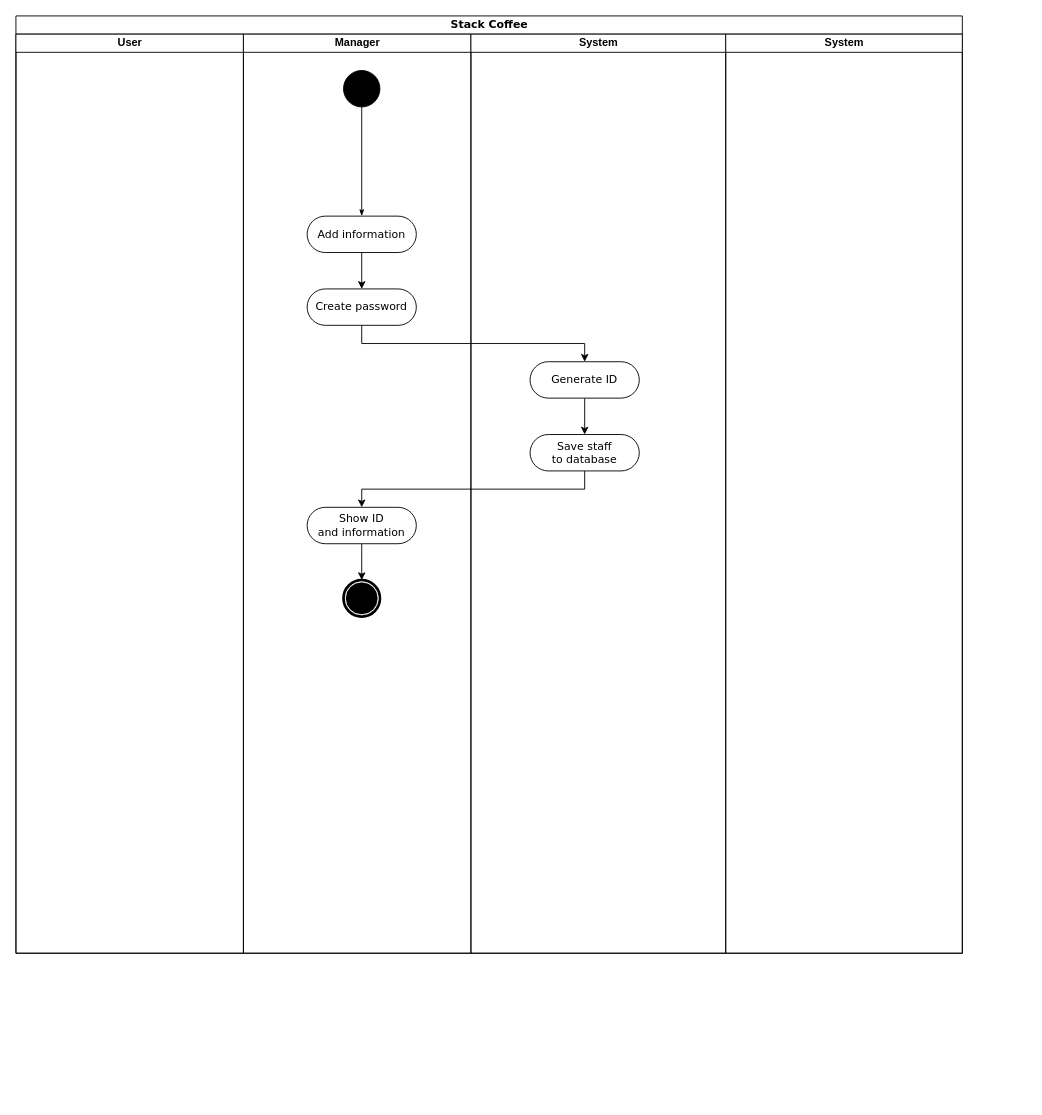
This is page "AddStaff" (3 of 7) of Diagrams/ActivityDiagram.drawio from Abcdavid00/Cafe-Management-Application, a draw.io file, before an edit. Source tidied: cells renumbered, new cells numbered last; positions are measured from the earlier drawing's top-left corner, leaving out a move shared by most shapes. Both pictures are drawn from the tidied source at 91%, with x=0, y=0 at pixel (15, 15).
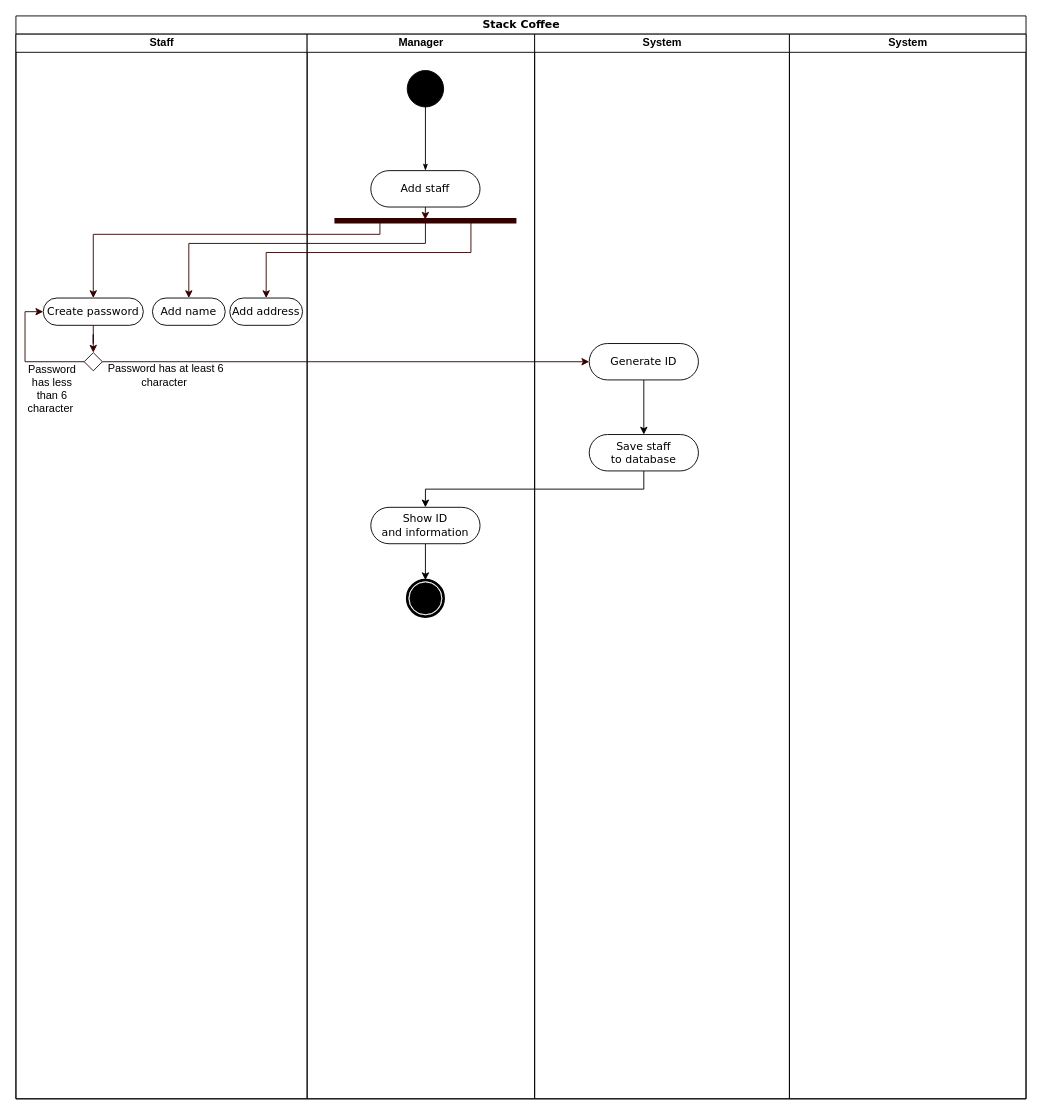
Above is the later version.

The change refers to these unchanged cells:
```xml
<mxCell id="12" value="Show ID&lt;br&gt;and information" style="rounded=1;whiteSpace=wrap;html=1;shadow=0;comic=0;labelBackgroundColor=none;strokeWidth=1;fontFamily=Verdana;fontSize=12;align=center;arcSize=50;" parent="4" vertex="1">
  <mxGeometry x="70" y="520" width="120" height="40" as="geometry" />
</mxCell>
```

Change to the diagram source:
```diff
@@
     <mxCell id="2" value="Stack Coffee" style="swimlane;html=1;startSize=20;rounded=0;shadow=0;comic=0;labelBackgroundColor=none;strokeWidth=1;fontFamily=Verdana;fontSize=12;align=center;" parent="1" vertex="1">
-      <mxGeometry width="1040" height="1030" as="geometry" />
+      <mxGeometry width="1110" height="1190" as="geometry" />
     </mxCell>
-    <mxCell id="3" value="User" style="swimlane;html=1;startSize=20;" parent="2" vertex="1">
-      <mxGeometry y="20" width="250" height="1010" as="geometry" />
+    <mxCell id="3" value="Staff" style="swimlane;html=1;startSize=20;" parent="2" vertex="1">
+      <mxGeometry y="20" width="320" height="1170" as="geometry" />
     </mxCell>
+    <mxCell id="20" style="edgeStyle=orthogonalEdgeStyle;rounded=0;jettySize=auto;html=1;entryX=0.5;entryY=0;entryDx=0;entryDy=0;strokeColor=#330000;" parent="3" edge="1" source="9" target="21">
+      <mxGeometry relative="1" as="geometry" />
+    </mxCell>
+    <mxCell id="9" value="Create password" style="rounded=1;whiteSpace=wrap;html=1;shadow=0;comic=0;labelBackgroundColor=none;strokeWidth=1;fontFamily=Verdana;fontSize=12;align=center;arcSize=50;" parent="3" vertex="1">
+      <mxGeometry x="30" y="290" width="110" height="30" as="geometry" />
+    </mxCell>
+    <mxCell id="21" style="rhombus;whiteSpace=wrap;html=1;strokeColor=#330000;" parent="3" vertex="1">
+      <mxGeometry x="75" y="350" width="20" height="20" as="geometry" />
+    </mxCell>
+    <mxCell id="22" value="Password has at least 6 character&amp;nbsp;" style="text;html=1;strokeColor=none;fillColor=none;align=center;verticalAlign=middle;whiteSpace=wrap;rounded=0;" parent="3" vertex="1">
+      <mxGeometry x="95" y="360" width="140" height="30" as="geometry" />
+    </mxCell>
+    <mxCell id="23" style="edgeStyle=orthogonalEdgeStyle;rounded=0;jettySize=auto;html=1;strokeColor=#330000;entryX=0;entryY=0.5;entryDx=0;entryDy=0;" parent="3" edge="1" source="21" target="9">
+      <mxGeometry relative="1" as="geometry">
+        <Array as="points">
+          <mxPoint x="10" y="360" />
+          <mxPoint x="10" y="305" />
+        </Array>
+      </mxGeometry>
+    </mxCell>
+    <mxCell id="24" value="Password has less than 6 character&amp;nbsp;" style="text;html=1;strokeColor=none;fillColor=none;align=center;verticalAlign=middle;whiteSpace=wrap;rounded=0;" parent="3" vertex="1">
+      <mxGeometry x="10" y="360" width="60" height="60" as="geometry" />
+    </mxCell>
+    <mxCell id="25" value="Add name" style="rounded=1;whiteSpace=wrap;html=1;shadow=0;comic=0;labelBackgroundColor=none;strokeWidth=1;fontFamily=Verdana;fontSize=12;align=center;arcSize=50;" parent="3" vertex="1">
+      <mxGeometry x="150" y="290" width="80" height="30" as="geometry" />
+    </mxCell>
+    <mxCell id="26" value="Add address" style="rounded=1;whiteSpace=wrap;html=1;shadow=0;comic=0;labelBackgroundColor=none;strokeWidth=1;fontFamily=Verdana;fontSize=12;align=center;arcSize=50;" parent="3" vertex="1">
+      <mxGeometry x="235" y="290" width="80" height="30" as="geometry" />
+    </mxCell>
     <mxCell id="4" value="Manager" style="swimlane;html=1;startSize=20;" parent="2" vertex="1">
-      <mxGeometry x="250" y="20" width="250" height="1010" as="geometry" />
+      <mxGeometry x="320" y="20" width="250" height="1170" as="geometry" />
     </mxCell>
@@
-    <mxCell id="7" style="edgeStyle=orthogonalEdgeStyle;rounded=0;jettySize=auto;html=1;exitX=0.5;exitY=1;exitDx=0;exitDy=0;entryX=0.5;entryY=0;entryDx=0;entryDy=0;" parent="4" edge="1" source="8" target="9">
-      <mxGeometry relative="1" as="geometry" />
-    </mxCell>
+    <mxCell id="27" style="edgeStyle=orthogonalEdgeStyle;rounded=0;jettySize=auto;html=1;exitX=0.5;exitY=1;exitDx=0;exitDy=0;entryX=0.499;entryY=0.383;entryDx=0;entryDy=0;entryPerimeter=0;strokeColor=#330000;" parent="4" edge="1" source="8" target="28">
+      <mxGeometry relative="1" as="geometry" />
+    </mxCell>
-    <mxCell id="8" value="Add information" style="rounded=1;whiteSpace=wrap;html=1;shadow=0;comic=0;labelBackgroundColor=none;strokeWidth=1;fontFamily=Verdana;fontSize=12;align=center;arcSize=50;" parent="4" vertex="1">
-      <mxGeometry x="70" y="200" width="120" height="40" as="geometry" />
+    <mxCell id="8" value="Add staff" style="rounded=1;whiteSpace=wrap;html=1;shadow=0;comic=0;labelBackgroundColor=none;strokeWidth=1;fontFamily=Verdana;fontSize=12;align=center;arcSize=50;" parent="4" vertex="1">
+      <mxGeometry x="70" y="150" width="120" height="40" as="geometry" />
     </mxCell>
-    <mxCell id="9" value="Create password" style="rounded=1;whiteSpace=wrap;html=1;shadow=0;comic=0;labelBackgroundColor=none;strokeWidth=1;fontFamily=Verdana;fontSize=12;align=center;arcSize=50;" parent="4" vertex="1">
-      <mxGeometry x="70" y="280" width="120" height="40" as="geometry" />
-    </mxCell>
@@
-    <mxCell id="13" style="edgeStyle=orthogonalEdgeStyle;rounded=0;jettySize=auto;html=1;exitX=0.5;exitY=1;exitDx=0;exitDy=0;entryX=0.5;entryY=0;entryDx=0;entryDy=0;" parent="2" edge="1" source="9" target="16">
-      <mxGeometry relative="1" as="geometry" />
-    </mxCell>
+    <mxCell id="28" style="shape=line;html=1;strokeWidth=6;strokeColor=#330000;" parent="4" vertex="1">
+      <mxGeometry x="30" y="200" width="200" height="10" as="geometry" />
+    </mxCell>
+    <mxCell id="29" style="endArrow=classic;html=1;rounded=0;strokeColor=#330000;exitX=1;exitY=0.5;exitDx=0;exitDy=0;entryX=0;entryY=0.5;entryDx=0;entryDy=0;" parent="2" edge="1" source="21" target="16">
+      <mxGeometry relative="1" as="geometry" />
+    </mxCell>
+    <mxCell id="19" style="edgeStyle=orthogonalEdgeStyle;rounded=0;jettySize=auto;html=1;exitX=0.5;exitY=1;exitDx=0;exitDy=0;entryX=0.5;entryY=0;entryDx=0;entryDy=0;" parent="2" edge="1" source="17" target="12">
+      <mxGeometry relative="1" as="geometry" />
+    </mxCell>
     <mxCell id="14" value="System" style="swimlane;html=1;startSize=20;direction=east;" parent="2" vertex="1">
-      <mxGeometry x="500" y="20" width="280" height="1010" as="geometry" />
+      <mxGeometry x="570" y="20" width="280" height="1170" as="geometry" />
     </mxCell>
@@
     <mxCell id="16" value="Generate ID" style="rounded=1;whiteSpace=wrap;html=1;shadow=0;comic=0;labelBackgroundColor=none;strokeWidth=1;fontFamily=Verdana;fontSize=12;align=center;arcSize=50;" parent="14" vertex="1">
-      <mxGeometry x="65" y="360" width="120" height="40" as="geometry" />
+      <mxGeometry x="60" y="340" width="120" height="40" as="geometry" />
     </mxCell>
     <mxCell id="17" value="Save staff&lt;br&gt;to database" style="rounded=1;whiteSpace=wrap;html=1;shadow=0;comic=0;labelBackgroundColor=none;strokeWidth=1;fontFamily=Verdana;fontSize=12;align=center;arcSize=50;" parent="14" vertex="1">
-      <mxGeometry x="65" y="440" width="120" height="40" as="geometry" />
+      <mxGeometry x="60" y="440" width="120" height="40" as="geometry" />
     </mxCell>
     <mxCell id="18" value="System" style="swimlane;html=1;startSize=20;direction=east;" parent="2" vertex="1">
-      <mxGeometry x="780" y="20" width="260" height="1010" as="geometry" />
+      <mxGeometry x="850" y="20" width="260" height="1170" as="geometry" />
     </mxCell>
-    <mxCell id="19" style="edgeStyle=orthogonalEdgeStyle;rounded=0;jettySize=auto;html=1;exitX=0.5;exitY=1;exitDx=0;exitDy=0;entryX=0.5;entryY=0;entryDx=0;entryDy=0;" parent="2" edge="1" source="17" target="12">
-      <mxGeometry relative="1" as="geometry" />
-    </mxCell>
+    <mxCell id="30" style="edgeStyle=orthogonalEdgeStyle;rounded=0;jettySize=auto;html=1;exitX=0.25;exitY=0.5;exitDx=0;exitDy=0;exitPerimeter=0;entryX=0.5;entryY=0;entryDx=0;entryDy=0;strokeColor=#330000;" parent="2" edge="1" source="28" target="9">
+      <mxGeometry relative="1" as="geometry">
+        <Array as="points">
+          <mxPoint x="400" y="240" />
+          <mxPoint x="85" y="240" />
+        </Array>
+      </mxGeometry>
+    </mxCell>
+    <mxCell id="31" style="edgeStyle=orthogonalEdgeStyle;rounded=0;jettySize=auto;html=1;entryX=0.5;entryY=0;entryDx=0;entryDy=0;strokeColor=#330000;exitX=0.5;exitY=0.5;exitDx=0;exitDy=0;exitPerimeter=0;" parent="2" edge="1" source="28" target="25">
+      <mxGeometry relative="1" as="geometry">
+        <Array as="points">
+          <mxPoint x="450" y="250" />
+          <mxPoint x="190" y="250" />
+        </Array>
+      </mxGeometry>
+    </mxCell>
+    <mxCell id="32" style="edgeStyle=orthogonalEdgeStyle;rounded=0;jettySize=auto;html=1;exitX=0.75;exitY=0.5;exitDx=0;exitDy=0;exitPerimeter=0;entryX=0.5;entryY=0;entryDx=0;entryDy=0;strokeColor=#330000;" parent="2" edge="1" source="28" target="26">
+      <mxGeometry relative="1" as="geometry">
+        <Array as="points">
+          <mxPoint x="500" y="260" />
+          <mxPoint x="275" y="260" />
+        </Array>
+      </mxGeometry>
+    </mxCell>
```
